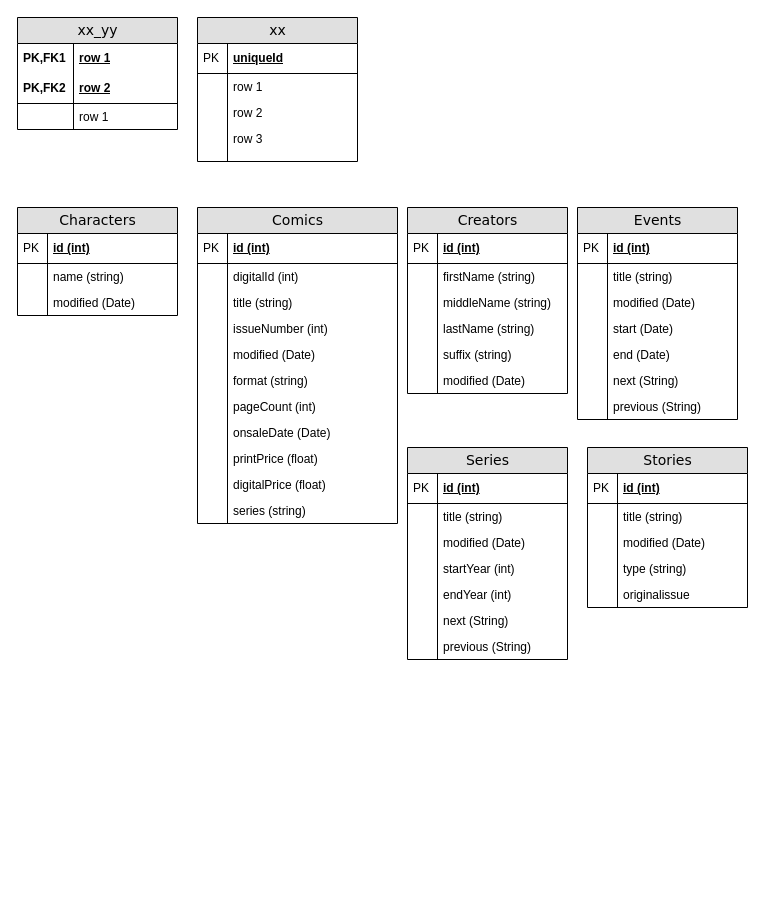
This is page "Page-2" (2 of 2) of marvel_data.drawio from hafizzzh/marvel-character-analysis, a draw.io file, before an edit. Source tidied: cells renumbered, new cells numbered last; positions are measured from the earlier drawing's top-left corner, leaving out a move shared by most shapes. Both pictures are drawn from the tidied source at 100%, with x=0, y=0 at pixel (17, 17).
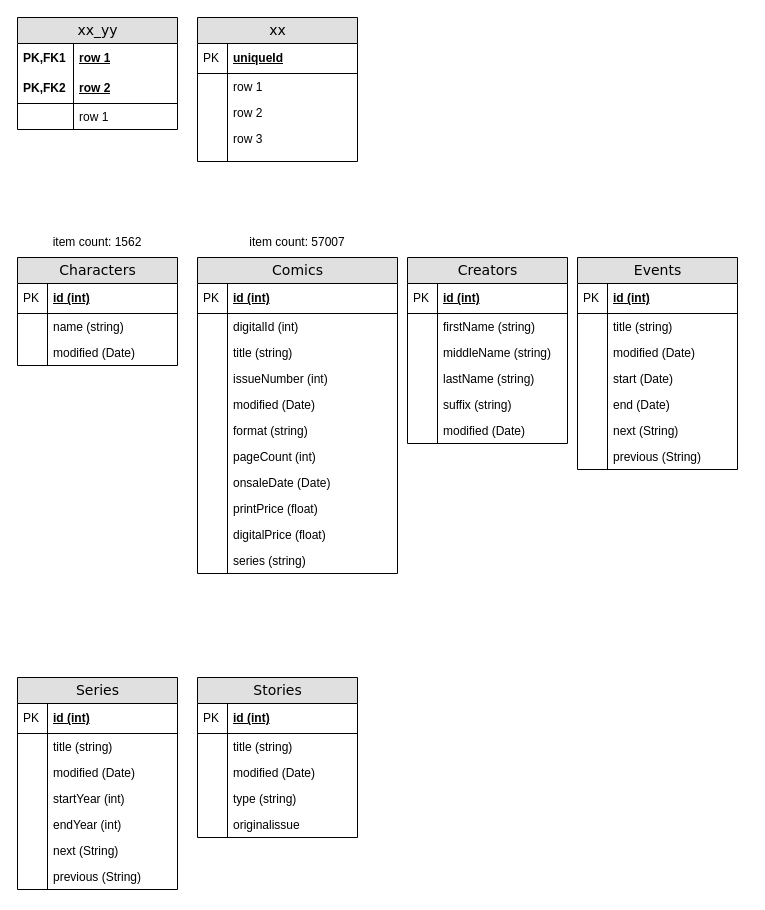
Above is the later version.

The edit, as a diff of the source:
```diff
@@
     <mxCell id="20" value="Characters" style="swimlane;html=1;fontStyle=0;horizontal=1;startSize=26;fillColor=#e0e0e0;swimlaneFillColor=#ffffff;align=center;rounded=0;shadow=0;comic=0;labelBackgroundColor=none;strokeWidth=1;fontFamily=Verdana;fontSize=14;swimlaneLine=1;" parent="1" vertex="1">
-      <mxGeometry y="190" width="160" height="108" as="geometry" />
+      <mxGeometry y="240" width="160" height="108" as="geometry" />
     </mxCell>
@@
     <mxCell id="27" value="Comics" style="swimlane;html=1;fontStyle=0;horizontal=1;startSize=26;fillColor=#e0e0e0;swimlaneFillColor=#ffffff;align=center;rounded=0;shadow=0;comic=0;labelBackgroundColor=none;strokeWidth=1;fontFamily=Verdana;fontSize=14;swimlaneLine=1;" parent="1" vertex="1">
-      <mxGeometry x="180" y="190" width="200" height="316" as="geometry" />
+      <mxGeometry x="180" y="240" width="200" height="316" as="geometry" />
     </mxCell>
@@
     <mxCell id="50" value="Creators" style="swimlane;html=1;fontStyle=0;horizontal=1;startSize=26;fillColor=#e0e0e0;swimlaneFillColor=#ffffff;align=center;rounded=0;shadow=0;comic=0;labelBackgroundColor=none;strokeWidth=1;fontFamily=Verdana;fontSize=14;swimlaneLine=1;" parent="1" vertex="1">
-      <mxGeometry x="390" y="190" width="160" height="186" as="geometry" />
+      <mxGeometry x="390" y="240" width="160" height="186" as="geometry" />
     </mxCell>
@@
     <mxCell id="63" value="Events" style="swimlane;html=1;fontStyle=0;horizontal=1;startSize=26;fillColor=#e0e0e0;swimlaneFillColor=#ffffff;align=center;rounded=0;shadow=0;comic=0;labelBackgroundColor=none;strokeWidth=1;fontFamily=Verdana;fontSize=14;swimlaneLine=1;" parent="1" vertex="1">
-      <mxGeometry x="560" y="190" width="160" height="212" as="geometry" />
+      <mxGeometry x="560" y="240" width="160" height="212" as="geometry" />
     </mxCell>
@@
     <mxCell id="78" value="Series" style="swimlane;html=1;fontStyle=0;horizontal=1;startSize=26;fillColor=#e0e0e0;swimlaneFillColor=#ffffff;align=center;rounded=0;shadow=0;comic=0;labelBackgroundColor=none;strokeWidth=1;fontFamily=Verdana;fontSize=14;swimlaneLine=1;" parent="1" vertex="1">
-      <mxGeometry x="390" y="430" width="160" height="212" as="geometry" />
+      <mxGeometry y="660" width="160" height="212" as="geometry" />
     </mxCell>
@@
     <mxCell id="93" value="Stories" style="swimlane;html=1;fontStyle=0;horizontal=1;startSize=26;fillColor=#e0e0e0;swimlaneFillColor=#ffffff;align=center;rounded=0;shadow=0;comic=0;labelBackgroundColor=none;strokeWidth=1;fontFamily=Verdana;fontSize=14;swimlaneLine=1;" parent="1" vertex="1">
-      <mxGeometry x="570" y="430" width="160" height="160" as="geometry" />
+      <mxGeometry x="180" y="660" width="160" height="160" as="geometry" />
     </mxCell>
@@
+    <mxCell id="104" value="item count: 1562" style="text;html=1;strokeColor=none;fillColor=none;align=center;verticalAlign=middle;whiteSpace=wrap;rounded=0;" parent="1" vertex="1">
+      <mxGeometry y="210" width="160" height="30" as="geometry" />
+    </mxCell>
+    <mxCell id="105" value="item count:&amp;nbsp;57007" style="text;html=1;strokeColor=none;fillColor=none;align=center;verticalAlign=middle;whiteSpace=wrap;rounded=0;" parent="1" vertex="1">
+      <mxGeometry x="180" y="210" width="200" height="30" as="geometry" />
+    </mxCell>
```
